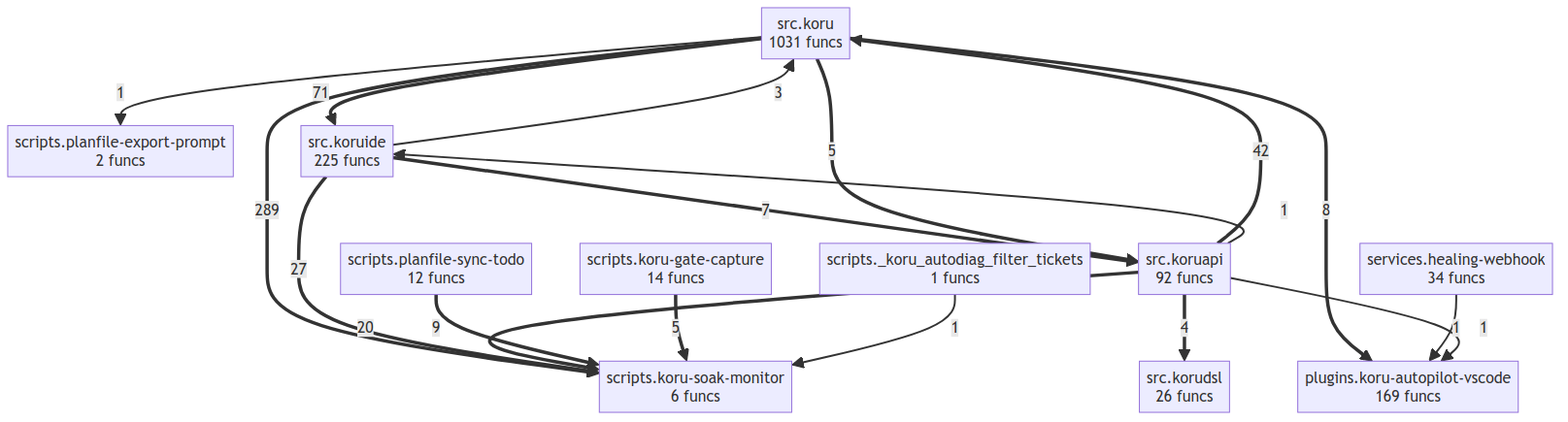
Earlier version of the Mermaid export project/compact_flow.png (semcod/koru). Its source is kept beside it as project/compact_flow.mmd.
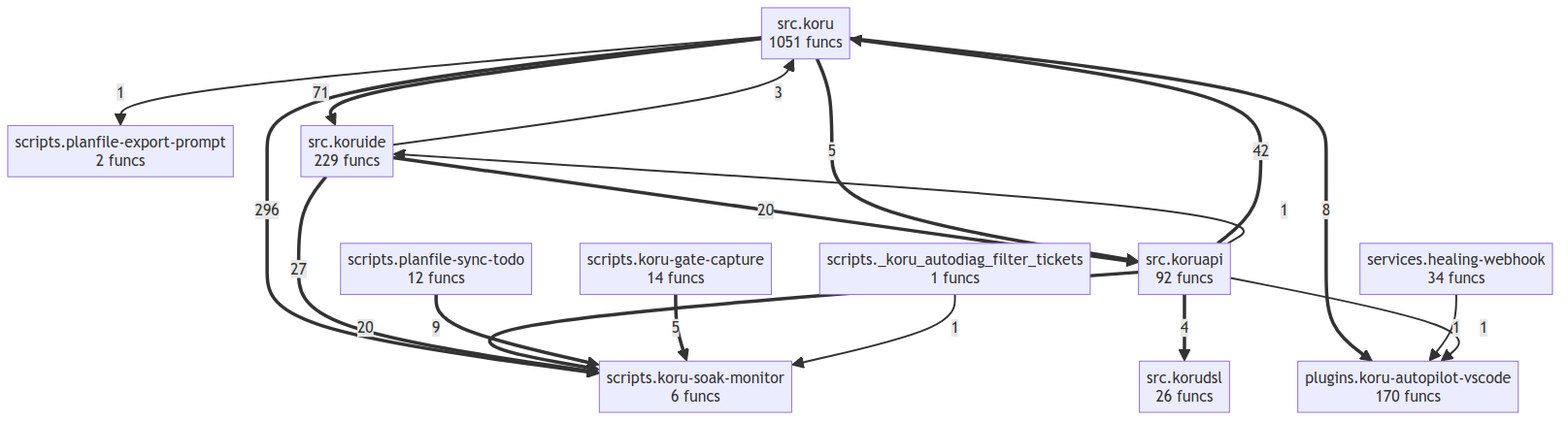
The same diagram one commit later.

Diff of the diagram source:
```diff
@@ -1,23 +1,23 @@
 flowchart TD
-    plugins__koru_autopilot_vscode["plugins.koru-autopilot-vscode<br/>169 funcs"]
+    plugins__koru_autopilot_vscode["plugins.koru-autopilot-vscode<br/>170 funcs"]
     scripts___koru_autodiag_filter_tickets["scripts._koru_autodiag_filter_tickets<br/>1 funcs"]
     scripts__koru_gate_capture["scripts.koru-gate-capture<br/>14 funcs"]
     scripts__koru_soak_monitor["scripts.koru-soak-monitor<br/>6 funcs"]
     scripts__planfile_export_prompt["scripts.planfile-export-prompt<br/>2 funcs"]
     scripts__planfile_sync_todo["scripts.planfile-sync-todo<br/>12 funcs"]
     services__healing_webhook["services.healing-webhook<br/>34 funcs"]
-    src__koru["src.koru<br/>1031 funcs"]
+    src__koru["src.koru<br/>1051 funcs"]
     src__koruapi["src.koruapi<br/>92 funcs"]
     src__korudsl["src.korudsl<br/>26 funcs"]
-    src__koruide["src.koruide<br/>225 funcs"]
-    src__koru ==>|289| scripts__koru_soak_monitor
+    src__koruide["src.koruide<br/>229 funcs"]
+    src__koru ==>|296| scripts__koru_soak_monitor
     src__koru ==>|71| src__koruide
     src__koruapi ==>|42| src__koru
     src__koruide ==>|27| scripts__koru_soak_monitor
     src__koruapi ==>|20| scripts__koru_soak_monitor
+    src__koruide ==>|20| src__koruapi
     scripts__planfile_sync_todo ==>|9| scripts__koru_soak_monitor
     src__koru ==>|8| plugins__koru_autopilot_vscode
-    src__koruide ==>|7| src__koruapi
     src__koru ==>|5| src__koruapi
     scripts__koru_gate_capture ==>|5| scripts__koru_soak_monitor
     src__koruapi ==>|4| src__korudsl
```
